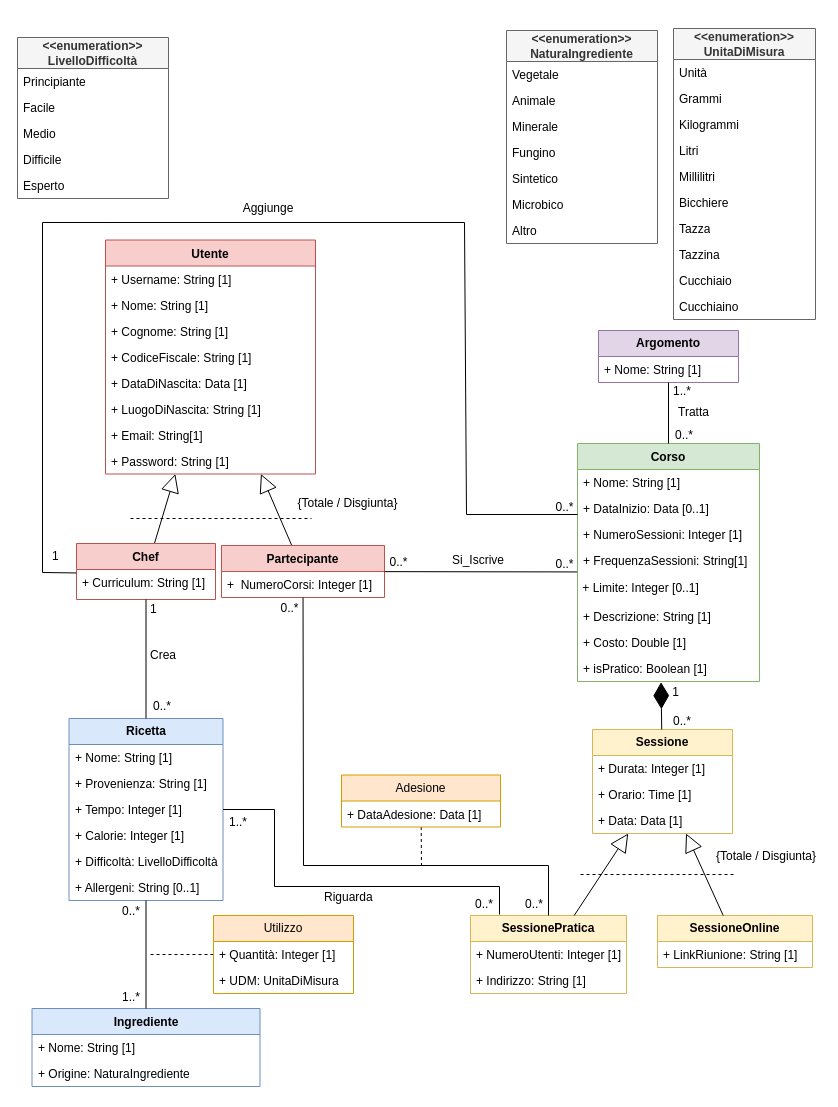
The draw.io diagram page "Pagina-1" (1 of 2) of Database/Modello_Concettuale/src/UninaFoodLab_UML.drawio in KiyoWasTakenn/UninaFoodLab, before the edit. Source tidied: cells renumbered, new cells numbered last; positions are measured from the earlier drawing's top-left corner, leaving out a move shared by most shapes. Both pictures are drawn from the tidied source at 100%, with x=0, y=0 at pixel (17, 28).
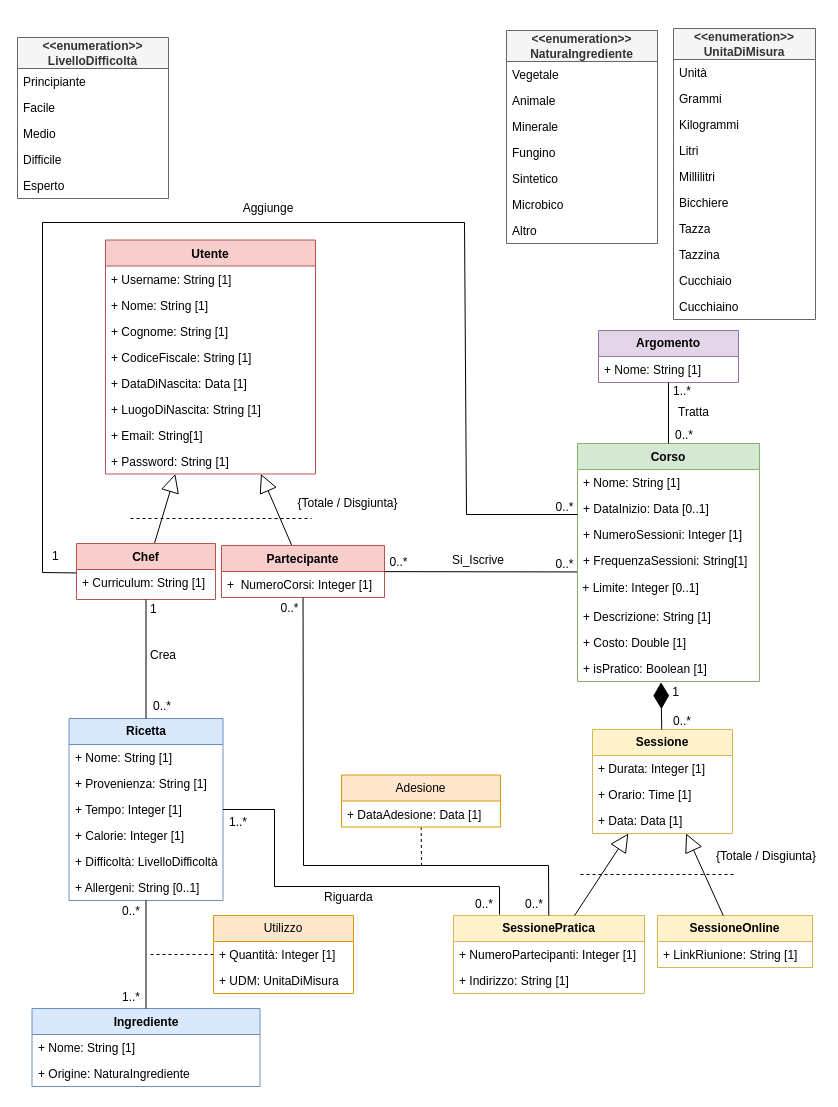
The same diagram, later.

Change to the diagram source:
```diff
@@
     <mxCell id="26" value="&lt;b&gt;SessionePratica&lt;/b&gt;" style="swimlane;fontStyle=0;horizontal=1;startSize=26;whiteSpace=wrap;html=1;fillColor=#fff2cc;strokeColor=#d6b656;" parent="1" vertex="1">
-      <mxGeometry x="453" y="887" width="156" height="78" as="geometry" />
+      <mxGeometry x="436" y="887" width="191" height="78" as="geometry" />
     </mxCell>
-    <mxCell id="27" value="+ NumeroUtenti: Integer [1]" style="text;strokeColor=none;fillColor=none;align=left;verticalAlign=top;spacingLeft=4;spacingRight=4;overflow=hidden;whiteSpace=wrap;html=1;" parent="26" vertex="1">
-      <mxGeometry y="26" width="156" height="26" as="geometry" />
+    <mxCell id="27" value="+ NumeroPartecipanti: Integer [1]" style="text;strokeColor=none;fillColor=none;align=left;verticalAlign=top;spacingLeft=4;spacingRight=4;overflow=hidden;whiteSpace=wrap;html=1;" parent="26" vertex="1">
+      <mxGeometry y="26" width="191" height="26" as="geometry" />
     </mxCell>
     <mxCell id="28" value="+ Indirizzo: String [1]" style="text;strokeColor=none;fillColor=none;align=left;verticalAlign=top;spacingLeft=4;spacingRight=4;overflow=hidden;whiteSpace=wrap;html=1;" parent="26" vertex="1">
-      <mxGeometry y="52" width="156" height="26" as="geometry" />
+      <mxGeometry y="52" width="191" height="26" as="geometry" />
     </mxCell>
```
